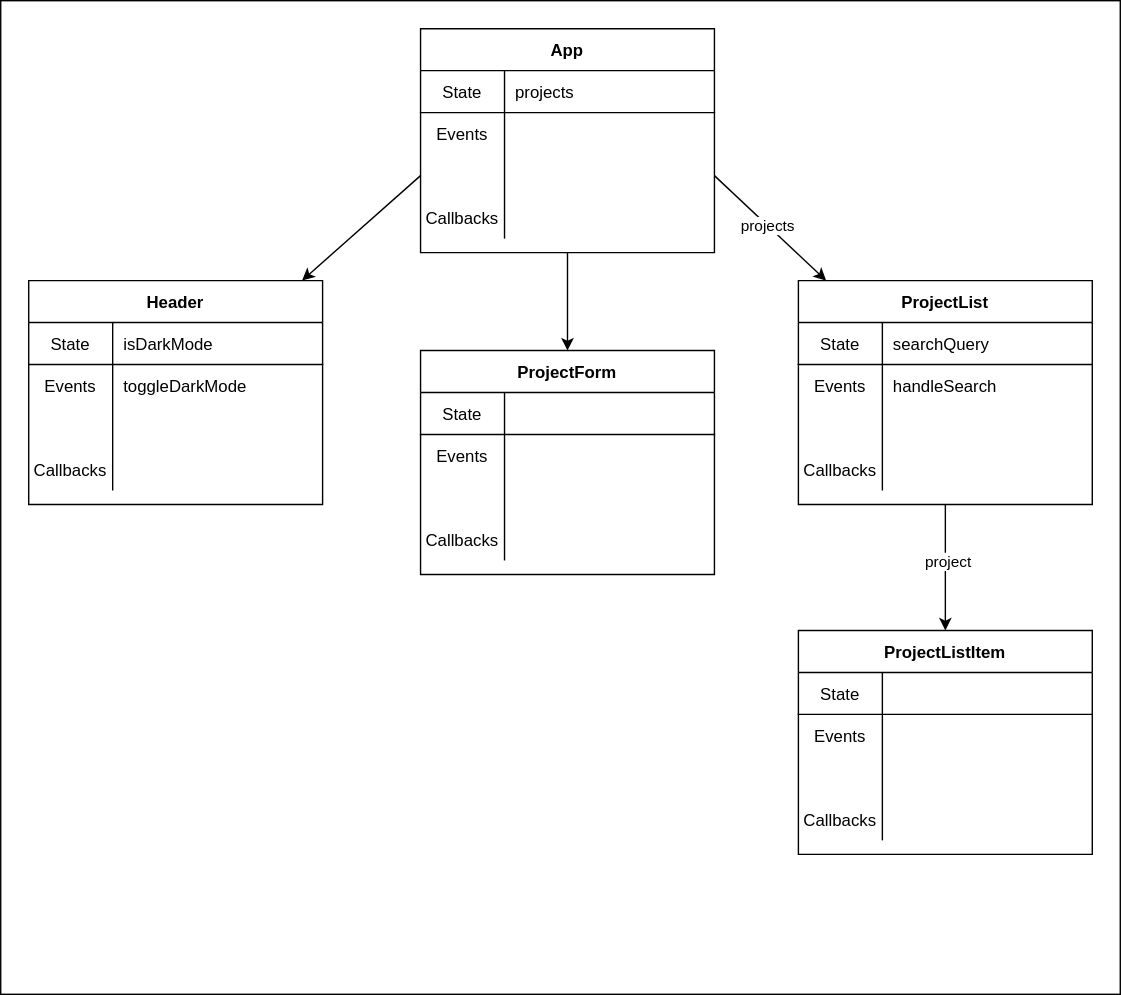
learn-co-curriculum/SENG-LIVE-Phase-2-ProjectShowcase keeps this draw.io diagram as 03_information_flow/assets/component-hierarchy-with-data-flow.drawio.svg. Above is the earlier version. Source tidied: cells renumbered, new cells last; positions are measured from the earlier drawing's top-left corner, leaving out a move shared by most shapes.
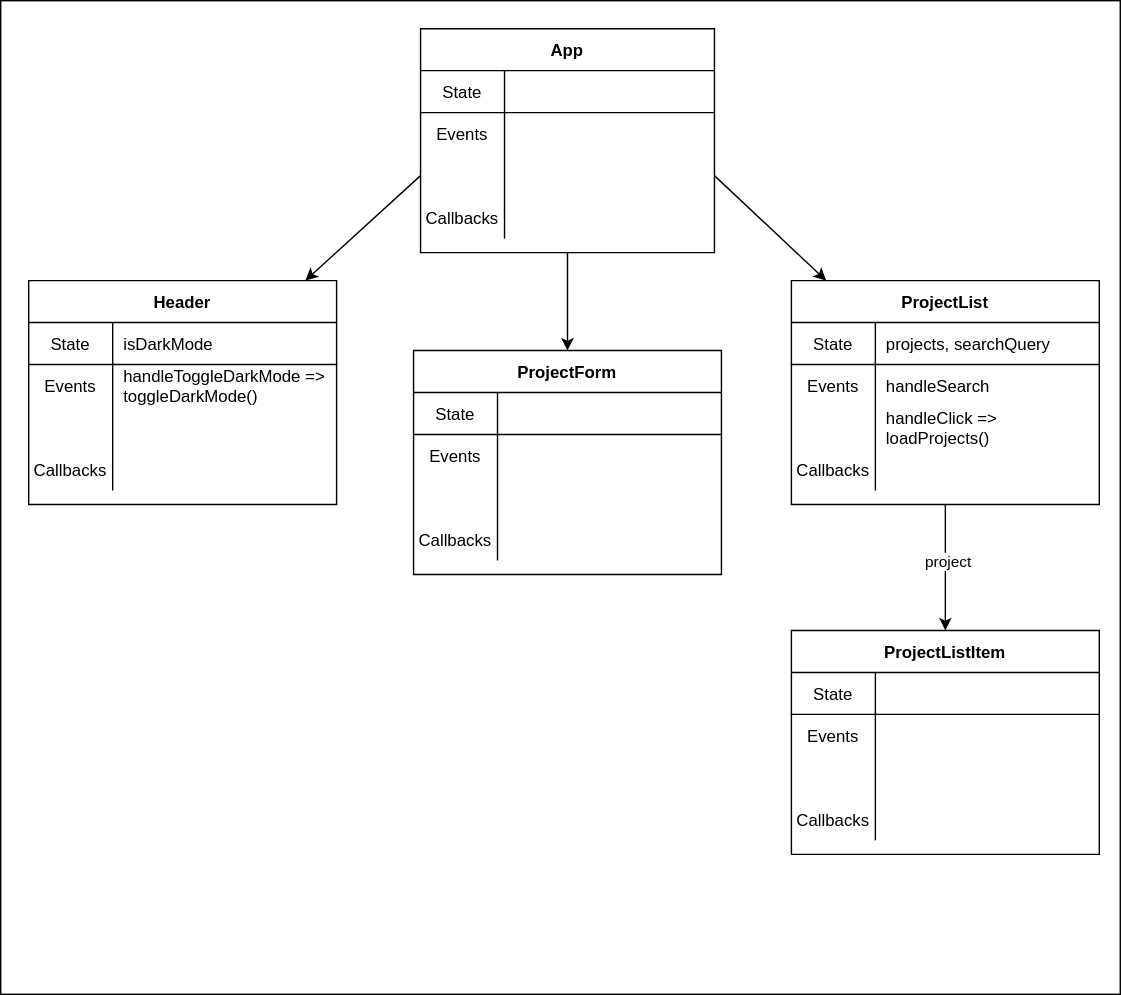
The same diagram one commit later.

Commit message:
update diagrams to indicate inverse data flow

The edit, as a diff of the source:
```diff
@@ -14,9 +14,6 @@
     <mxCell id="5" style="edgeStyle=none;html=1;exitX=1;exitY=0.5;exitDx=0;exitDy=0;" parent="1" edge="1" source="14" target="48">
       <mxGeometry relative="1" as="geometry" />
     </mxCell>
-    <mxCell id="6" value="projects" style="edgeLabel;html=1;align=center;verticalAlign=middle;" parent="5" vertex="1">
-      <mxGeometry x="-0.06" relative="1" as="geometry" />
-    </mxCell>
     <mxCell id="7" value="App" style="shape=table;startSize=30;rowLines=0;fontStyle=1;align=center;" parent="1" vertex="1">
       <mxGeometry x="300" y="20" width="210" height="160" as="geometry" />
     </mxCell>
@@ -26,7 +23,7 @@
     <mxCell id="9" value="State" style="shape=partialRectangle;fillColor=none;top=0;left=0;bottom=0;right=0;fontStyle=0;overflow=hidden;" parent="8" vertex="1">
       <mxGeometry width="60" height="30" as="geometry" />
     </mxCell>
-    <mxCell id="10" value="projects" style="shape=partialRectangle;fillColor=none;top=0;left=0;bottom=0;right=0;align=left;spacingLeft=6;fontStyle=0;overflow=hidden;" parent="8" vertex="1">
+    <mxCell id="10" style="shape=partialRectangle;fillColor=none;top=0;left=0;bottom=0;right=0;align=left;spacingLeft=6;fontStyle=0;overflow=hidden;" parent="8" vertex="1">
       <mxGeometry x="60" width="150" height="30" as="geometry" />
     </mxCell>
     <mxCell id="11" style="shape=partialRectangle;fillColor=none;top=0;left=0;bottom=0;right=0;" parent="7" vertex="1">
@@ -57,82 +54,82 @@
       <mxGeometry x="60" width="150" height="30" as="geometry" />
     </mxCell>
     <mxCell id="20" value="Header" style="shape=table;startSize=30;rowLines=0;fontStyle=1;align=center;" parent="1" vertex="1">
-      <mxGeometry x="20" y="200" width="210" height="160" as="geometry" />
+      <mxGeometry x="20" y="200" width="220" height="160" as="geometry" />
     </mxCell>
     <mxCell id="21" style="shape=partialRectangle;fillColor=none;top=0;left=0;bottom=1;right=0;" parent="20" vertex="1">
-      <mxGeometry y="30" width="210" height="30" as="geometry" />
+      <mxGeometry y="30" width="220" height="30" as="geometry" />
     </mxCell>
     <mxCell id="22" value="State" style="shape=partialRectangle;fillColor=none;top=0;left=0;bottom=0;right=0;fontStyle=0;overflow=hidden;" parent="21" vertex="1">
       <mxGeometry width="60" height="30" as="geometry" />
     </mxCell>
     <mxCell id="23" value="isDarkMode" style="shape=partialRectangle;fillColor=none;top=0;left=0;bottom=0;right=0;align=left;spacingLeft=6;fontStyle=0;overflow=hidden;" parent="21" vertex="1">
-      <mxGeometry x="60" width="150" height="30" as="geometry" />
+      <mxGeometry x="60" width="160" height="30" as="geometry" />
     </mxCell>
     <mxCell id="24" style="shape=partialRectangle;fillColor=none;top=0;left=0;bottom=0;right=0;" parent="20" vertex="1">
-      <mxGeometry y="60" width="210" height="30" as="geometry" />
+      <mxGeometry y="60" width="220" height="30" as="geometry" />
     </mxCell>
     <mxCell id="25" value="Events" style="shape=partialRectangle;fillColor=none;top=0;left=0;bottom=0;right=0;overflow=hidden;" parent="24" vertex="1">
       <mxGeometry width="60" height="30" as="geometry" />
     </mxCell>
-    <mxCell id="26" value="toggleDarkMode" style="shape=partialRectangle;fillColor=none;top=0;left=0;bottom=0;right=0;align=left;spacingLeft=6;overflow=hidden;" parent="24" vertex="1">
-      <mxGeometry x="60" width="150" height="30" as="geometry" />
+    <mxCell id="26" value="handleToggleDarkMode =&gt;&#10;toggleDarkMode()" style="shape=partialRectangle;fillColor=none;top=0;left=0;bottom=0;right=0;align=left;spacingLeft=6;overflow=hidden;" parent="24" vertex="1">
+      <mxGeometry x="60" width="160" height="30" as="geometry" />
     </mxCell>
     <mxCell id="27" style="shape=partialRectangle;fillColor=none;top=0;left=0;bottom=0;right=0;" parent="20" vertex="1">
-      <mxGeometry y="90" width="210" height="30" as="geometry" />
+      <mxGeometry y="90" width="220" height="30" as="geometry" />
     </mxCell>
     <mxCell id="28" style="shape=partialRectangle;fillColor=none;top=0;left=0;bottom=0;right=0;overflow=hidden;" parent="27" vertex="1">
       <mxGeometry width="60" height="30" as="geometry" />
     </mxCell>
     <mxCell id="29" style="shape=partialRectangle;fillColor=none;top=0;left=0;bottom=0;right=0;align=left;spacingLeft=6;overflow=hidden;" parent="27" vertex="1">
-      <mxGeometry x="60" width="150" height="30" as="geometry" />
+      <mxGeometry x="60" width="160" height="30" as="geometry" />
     </mxCell>
     <mxCell id="30" style="shape=partialRectangle;fillColor=none;top=0;left=0;bottom=0;right=0;" parent="20" vertex="1">
-      <mxGeometry y="120" width="210" height="30" as="geometry" />
+      <mxGeometry y="120" width="220" height="30" as="geometry" />
     </mxCell>
     <mxCell id="31" value="Callbacks" style="shape=partialRectangle;fillColor=none;top=0;left=0;bottom=0;right=0;overflow=hidden;" parent="30" vertex="1">
       <mxGeometry width="60" height="30" as="geometry" />
     </mxCell>
     <mxCell id="32" style="shape=partialRectangle;fillColor=none;top=0;left=0;bottom=0;right=0;align=left;spacingLeft=6;overflow=hidden;" parent="30" vertex="1">
-      <mxGeometry x="60" width="150" height="30" as="geometry" />
+      <mxGeometry x="60" width="160" height="30" as="geometry" />
     </mxCell>
     <mxCell id="33" value="ProjectForm" style="shape=table;startSize=30;rowLines=0;fontStyle=1;align=center;" parent="1" vertex="1">
-      <mxGeometry x="300" y="250" width="210" height="160" as="geometry" />
+      <mxGeometry x="295" y="250" width="220" height="160" as="geometry" />
     </mxCell>
     <mxCell id="34" style="shape=partialRectangle;fillColor=none;top=0;left=0;bottom=1;right=0;" parent="33" vertex="1">
-      <mxGeometry y="30" width="210" height="30" as="geometry" />
+      <mxGeometry y="30" width="220" height="30" as="geometry" />
     </mxCell>
     <mxCell id="35" value="State" style="shape=partialRectangle;fillColor=none;top=0;left=0;bottom=0;right=0;fontStyle=0;overflow=hidden;" parent="34" vertex="1">
       <mxGeometry width="60" height="30" as="geometry" />
     </mxCell>
     <mxCell id="36" style="shape=partialRectangle;fillColor=none;top=0;left=0;bottom=0;right=0;align=left;spacingLeft=6;fontStyle=0;overflow=hidden;" parent="34" vertex="1">
-      <mxGeometry x="60" width="150" height="30" as="geometry" />
+      <mxGeometry x="60" width="160" height="30" as="geometry" />
     </mxCell>
     <mxCell id="37" style="shape=partialRectangle;fillColor=none;top=0;left=0;bottom=0;right=0;" parent="33" vertex="1">
-      <mxGeometry y="60" width="210" height="30" as="geometry" />
+      <mxGeometry y="60" width="220" height="30" as="geometry" />
     </mxCell>
     <mxCell id="38" value="Events" style="shape=partialRectangle;fillColor=none;top=0;left=0;bottom=0;right=0;overflow=hidden;" parent="37" vertex="1">
       <mxGeometry width="60" height="30" as="geometry" />
     </mxCell>
     <mxCell id="39" style="shape=partialRectangle;fillColor=none;top=0;left=0;bottom=0;right=0;align=left;spacingLeft=6;overflow=hidden;" parent="37" vertex="1">
-      <mxGeometry x="60" width="150" height="30" as="geometry" />
+      <mxGeometry x="60" width="160" height="30" as="geometry" />
     </mxCell>
     <mxCell id="40" style="shape=partialRectangle;fillColor=none;top=0;left=0;bottom=0;right=0;" parent="33" vertex="1">
-      <mxGeometry y="90" width="210" height="30" as="geometry" />
+      <mxGeometry y="90" width="220" height="30" as="geometry" />
     </mxCell>
     <mxCell id="41" style="shape=partialRectangle;fillColor=none;top=0;left=0;bottom=0;right=0;overflow=hidden;" parent="40" vertex="1">
       <mxGeometry width="60" height="30" as="geometry" />
     </mxCell>
     <mxCell id="42" style="shape=partialRectangle;fillColor=none;top=0;left=0;bottom=0;right=0;align=left;spacingLeft=6;overflow=hidden;" parent="40" vertex="1">
-      <mxGeometry x="60" width="150" height="30" as="geometry" />
+      <mxGeometry x="60" width="160" height="30" as="geometry" />
     </mxCell>
     <mxCell id="43" style="shape=partialRectangle;fillColor=none;top=0;left=0;bottom=0;right=0;" parent="33" vertex="1">
-      <mxGeometry y="120" width="210" height="30" as="geometry" />
+      <mxGeometry y="120" width="220" height="30" as="geometry" />
     </mxCell>
     <mxCell id="44" value="Callbacks" style="shape=partialRectangle;fillColor=none;top=0;left=0;bottom=0;right=0;overflow=hidden;" parent="43" vertex="1">
       <mxGeometry width="60" height="30" as="geometry" />
     </mxCell>
     <mxCell id="45" style="shape=partialRectangle;fillColor=none;top=0;left=0;bottom=0;right=0;align=left;spacingLeft=6;overflow=hidden;" parent="43" vertex="1">
-      <mxGeometry x="60" width="150" height="30" as="geometry" />
+      <mxGeometry x="60" width="160" height="30" as="geometry" />
     </mxCell>
     <mxCell id="46" style="edgeStyle=none;html=1;" parent="1" edge="1" source="48" target="61">
       <mxGeometry relative="1" as="geometry" />
@@ -141,82 +138,82 @@
       <mxGeometry x="-0.12" y="1" relative="1" as="geometry" />
     </mxCell>
     <mxCell id="48" value="ProjectList" style="shape=table;startSize=30;rowLines=0;fontStyle=1;align=center;" parent="1" vertex="1">
-      <mxGeometry x="570" y="200" width="210" height="160" as="geometry" />
+      <mxGeometry x="565" y="200" width="220" height="160" as="geometry" />
     </mxCell>
     <mxCell id="49" style="shape=partialRectangle;fillColor=none;top=0;left=0;bottom=1;right=0;" parent="48" vertex="1">
-      <mxGeometry y="30" width="210" height="30" as="geometry" />
+      <mxGeometry y="30" width="220" height="30" as="geometry" />
     </mxCell>
     <mxCell id="50" value="State" style="shape=partialRectangle;fillColor=none;top=0;left=0;bottom=0;right=0;fontStyle=0;overflow=hidden;" parent="49" vertex="1">
       <mxGeometry width="60" height="30" as="geometry" />
     </mxCell>
-    <mxCell id="51" value="searchQuery" style="shape=partialRectangle;fillColor=none;top=0;left=0;bottom=0;right=0;align=left;spacingLeft=6;fontStyle=0;overflow=hidden;" parent="49" vertex="1">
-      <mxGeometry x="60" width="150" height="30" as="geometry" />
+    <mxCell id="51" value="projects, searchQuery" style="shape=partialRectangle;fillColor=none;top=0;left=0;bottom=0;right=0;align=left;spacingLeft=6;fontStyle=0;overflow=hidden;" parent="49" vertex="1">
+      <mxGeometry x="60" width="160" height="30" as="geometry" />
     </mxCell>
     <mxCell id="52" style="shape=partialRectangle;fillColor=none;top=0;left=0;bottom=0;right=0;" parent="48" vertex="1">
-      <mxGeometry y="60" width="210" height="30" as="geometry" />
+      <mxGeometry y="60" width="220" height="30" as="geometry" />
     </mxCell>
     <mxCell id="53" value="Events" style="shape=partialRectangle;fillColor=none;top=0;left=0;bottom=0;right=0;overflow=hidden;" parent="52" vertex="1">
       <mxGeometry width="60" height="30" as="geometry" />
     </mxCell>
     <mxCell id="54" value="handleSearch" style="shape=partialRectangle;fillColor=none;top=0;left=0;bottom=0;right=0;align=left;spacingLeft=6;overflow=hidden;" parent="52" vertex="1">
-      <mxGeometry x="60" width="150" height="30" as="geometry" />
+      <mxGeometry x="60" width="160" height="30" as="geometry" />
     </mxCell>
     <mxCell id="55" style="shape=partialRectangle;fillColor=none;top=0;left=0;bottom=0;right=0;" parent="48" vertex="1">
-      <mxGeometry y="90" width="210" height="30" as="geometry" />
+      <mxGeometry y="90" width="220" height="30" as="geometry" />
     </mxCell>
     <mxCell id="56" style="shape=partialRectangle;fillColor=none;top=0;left=0;bottom=0;right=0;overflow=hidden;" parent="55" vertex="1">
       <mxGeometry width="60" height="30" as="geometry" />
     </mxCell>
-    <mxCell id="57" style="shape=partialRectangle;fillColor=none;top=0;left=0;bottom=0;right=0;align=left;spacingLeft=6;overflow=hidden;" parent="55" vertex="1">
-      <mxGeometry x="60" width="150" height="30" as="geometry" />
+    <mxCell id="57" value="handleClick =&gt; &#10;loadProjects()" style="shape=partialRectangle;fillColor=none;top=0;left=0;bottom=0;right=0;align=left;spacingLeft=6;overflow=hidden;" parent="55" vertex="1">
+      <mxGeometry x="60" width="160" height="30" as="geometry" />
     </mxCell>
     <mxCell id="58" style="shape=partialRectangle;fillColor=none;top=0;left=0;bottom=0;right=0;" parent="48" vertex="1">
-      <mxGeometry y="120" width="210" height="30" as="geometry" />
+      <mxGeometry y="120" width="220" height="30" as="geometry" />
     </mxCell>
     <mxCell id="59" value="Callbacks" style="shape=partialRectangle;fillColor=none;top=0;left=0;bottom=0;right=0;overflow=hidden;" parent="58" vertex="1">
       <mxGeometry width="60" height="30" as="geometry" />
     </mxCell>
     <mxCell id="60" style="shape=partialRectangle;fillColor=none;top=0;left=0;bottom=0;right=0;align=left;spacingLeft=6;overflow=hidden;" parent="58" vertex="1">
-      <mxGeometry x="60" width="150" height="30" as="geometry" />
+      <mxGeometry x="60" width="160" height="30" as="geometry" />
     </mxCell>
     <mxCell id="61" value="ProjectListItem" style="shape=table;startSize=30;rowLines=0;fontStyle=1;align=center;" parent="1" vertex="1">
-      <mxGeometry x="570" y="450" width="210" height="160" as="geometry" />
+      <mxGeometry x="565" y="450" width="220" height="160" as="geometry" />
     </mxCell>
     <mxCell id="62" style="shape=partialRectangle;fillColor=none;top=0;left=0;bottom=1;right=0;" parent="61" vertex="1">
-      <mxGeometry y="30" width="210" height="30" as="geometry" />
+      <mxGeometry y="30" width="220" height="30" as="geometry" />
     </mxCell>
     <mxCell id="63" value="State" style="shape=partialRectangle;fillColor=none;top=0;left=0;bottom=0;right=0;fontStyle=0;overflow=hidden;" parent="62" vertex="1">
       <mxGeometry width="60" height="30" as="geometry" />
     </mxCell>
     <mxCell id="64" style="shape=partialRectangle;fillColor=none;top=0;left=0;bottom=0;right=0;align=left;spacingLeft=6;fontStyle=0;overflow=hidden;" parent="62" vertex="1">
-      <mxGeometry x="60" width="150" height="30" as="geometry" />
+      <mxGeometry x="60" width="160" height="30" as="geometry" />
     </mxCell>
     <mxCell id="65" style="shape=partialRectangle;fillColor=none;top=0;left=0;bottom=0;right=0;" parent="61" vertex="1">
-      <mxGeometry y="60" width="210" height="30" as="geometry" />
+      <mxGeometry y="60" width="220" height="30" as="geometry" />
     </mxCell>
     <mxCell id="66" value="Events" style="shape=partialRectangle;fillColor=none;top=0;left=0;bottom=0;right=0;overflow=hidden;" parent="65" vertex="1">
       <mxGeometry width="60" height="30" as="geometry" />
     </mxCell>
     <mxCell id="67" style="shape=partialRectangle;fillColor=none;top=0;left=0;bottom=0;right=0;align=left;spacingLeft=6;overflow=hidden;" parent="65" vertex="1">
-      <mxGeometry x="60" width="150" height="30" as="geometry" />
+      <mxGeometry x="60" width="160" height="30" as="geometry" />
     </mxCell>
     <mxCell id="68" style="shape=partialRectangle;fillColor=none;top=0;left=0;bottom=0;right=0;" parent="61" vertex="1">
-      <mxGeometry y="90" width="210" height="30" as="geometry" />
+      <mxGeometry y="90" width="220" height="30" as="geometry" />
     </mxCell>
     <mxCell id="69" style="shape=partialRectangle;fillColor=none;top=0;left=0;bottom=0;right=0;overflow=hidden;" parent="68" vertex="1">
       <mxGeometry width="60" height="30" as="geometry" />
     </mxCell>
     <mxCell id="70" style="shape=partialRectangle;fillColor=none;top=0;left=0;bottom=0;right=0;align=left;spacingLeft=6;overflow=hidden;" parent="68" vertex="1">
-      <mxGeometry x="60" width="150" height="30" as="geometry" />
+      <mxGeometry x="60" width="160" height="30" as="geometry" />
     </mxCell>
     <mxCell id="71" style="shape=partialRectangle;fillColor=none;top=0;left=0;bottom=0;right=0;" parent="61" vertex="1">
-      <mxGeometry y="120" width="210" height="30" as="geometry" />
+      <mxGeometry y="120" width="220" height="30" as="geometry" />
     </mxCell>
     <mxCell id="72" value="Callbacks" style="shape=partialRectangle;fillColor=none;top=0;left=0;bottom=0;right=0;overflow=hidden;" parent="71" vertex="1">
       <mxGeometry width="60" height="30" as="geometry" />
     </mxCell>
     <mxCell id="73" style="shape=partialRectangle;fillColor=none;top=0;left=0;bottom=0;right=0;align=left;spacingLeft=6;overflow=hidden;" parent="71" vertex="1">
-      <mxGeometry x="60" width="150" height="30" as="geometry" />
+      <mxGeometry x="60" width="160" height="30" as="geometry" />
     </mxCell>
   </root>
 </mxGraphModel>
```
